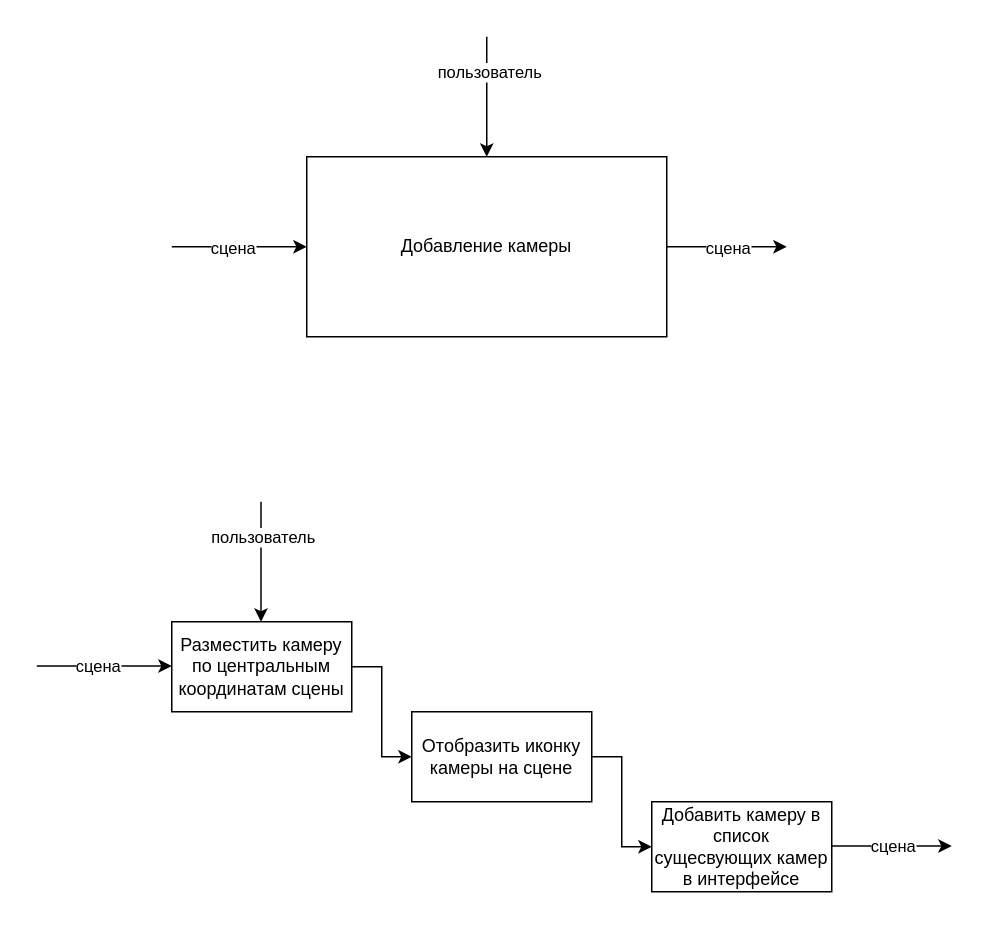
c0sx/3d-model-viewer-design keeps this draw.io diagram as page "3. Добавление камеры" (4 of 9) of idef0/idef0.drawio. Above is the earlier version. Source tidied: cells renumbered, new cells numbered last; positions are measured from the earlier drawing's top-left corner, leaving out a move shared by most shapes. Both pictures are drawn from the tidied source at 150%, with x=0, y=0 at pixel (36, 36).
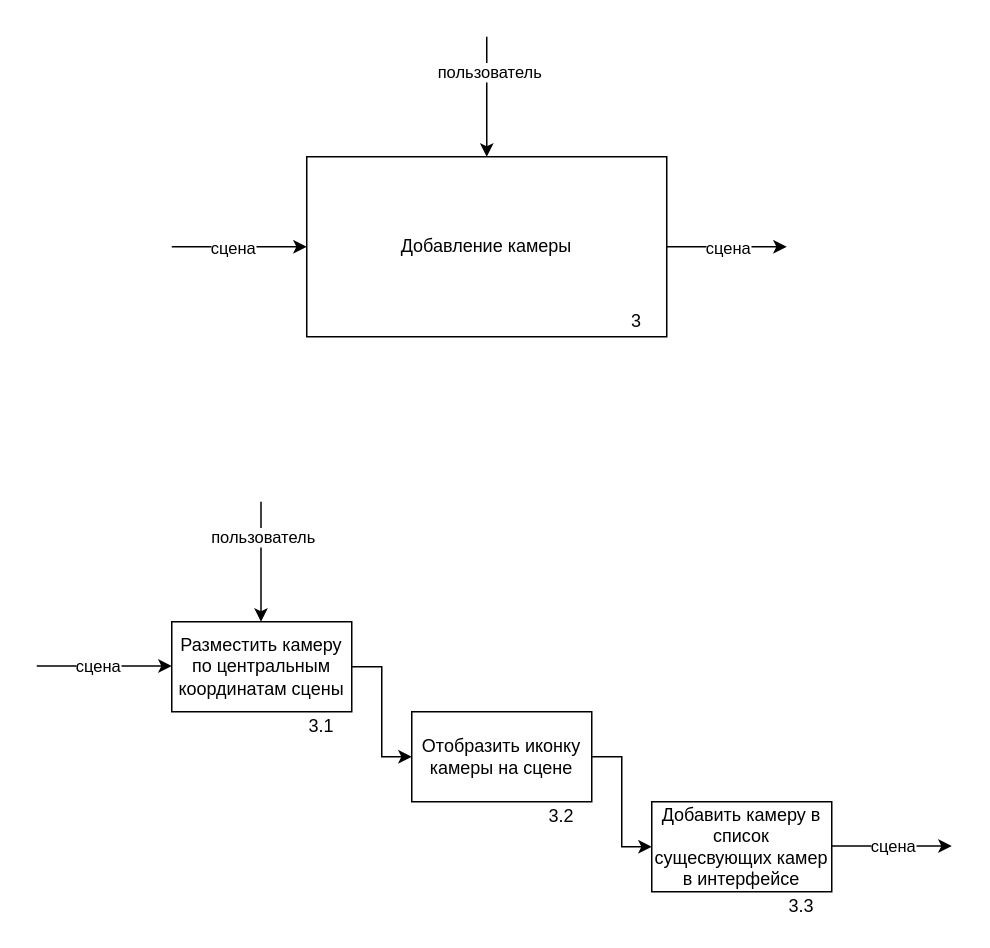
The same page after the edit.

What changed in the source:
```diff
@@
+    <mxCell id="20" value="3" style="text;html=1;strokeColor=none;fillColor=none;align=center;verticalAlign=middle;whiteSpace=wrap;rounded=0;" parent="1" vertex="1">
+      <mxGeometry x="380" y="180" width="40" height="20" as="geometry" />
+    </mxCell>
+    <mxCell id="21" value="3.1" style="text;html=1;strokeColor=none;fillColor=none;align=center;verticalAlign=middle;whiteSpace=wrap;rounded=0;" parent="1" vertex="1">
+      <mxGeometry x="170" y="450" width="40" height="20" as="geometry" />
+    </mxCell>
+    <mxCell id="22" value="3.2" style="text;html=1;strokeColor=none;fillColor=none;align=center;verticalAlign=middle;whiteSpace=wrap;rounded=0;" parent="1" vertex="1">
+      <mxGeometry x="330" y="510" width="40" height="20" as="geometry" />
+    </mxCell>
+    <mxCell id="23" value="3.3" style="text;html=1;strokeColor=none;fillColor=none;align=center;verticalAlign=middle;whiteSpace=wrap;rounded=0;" parent="1" vertex="1">
+      <mxGeometry x="490" y="570" width="40" height="20" as="geometry" />
+    </mxCell>
```
